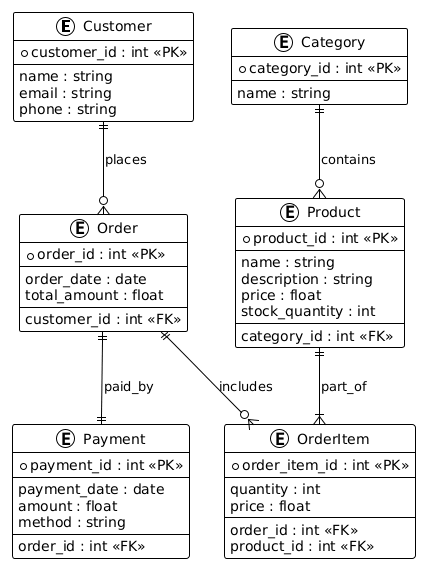
Above: Lab1/ER-діаграма (Crow’s Foot)/CrowsFootNotationPlantUML.png in prstkt1/2courseDB (PlantUML), before the change. The source it was exported from:
```plantuml
@startuml
!theme plain

entity "Customer" as customer {
  *customer_id : int <<PK>>
  --
  name : string
  email : string
  phone : string
}

entity "Order" as order {
  *order_id : int <<PK>>
  --
  order_date : date
  total_amount : float
  --
  customer_id : int <<FK>>
}

entity "OrderItem" as orderitem {
  *order_item_id : int <<PK>>
  --
  quantity : int
  price : float
  --
  order_id : int <<FK>>
  product_id : int <<FK>>
}

entity "Product" as product {
  *product_id : int <<PK>>
  --
  name : string
  description : string
  price : float
  stock_quantity : int
  --
  category_id : int <<FK>>
}

entity "Category" as category {
  *category_id : int <<PK>>
  --
  name : string
}

entity "Payment" as payment {
  *payment_id : int <<PK>>
  --
  payment_date : date
  amount : float
  method : string
  --
  order_id : int <<FK>>
}


customer ||--o{ order : places
order ||--o{ orderitem : includes
product ||--|{ orderitem : part_of
category ||--o{ product : contains
order ||--|| payment : paid_by
@enduml
```
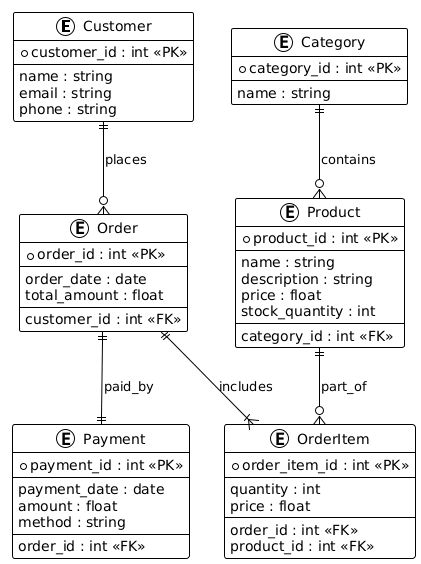
Above is the later version.

The edit, as a diff of the source:
```diff
@@ -57,8 +57,8 @@
 
 
 customer ||--o{ order : places
-order ||--o{ orderitem : includes
-product ||--|{ orderitem : part_of
+order ||--|{ orderitem : includes
+product ||--o{ orderitem : part_of
 category ||--o{ product : contains
 order ||--|| payment : paid_by
 @enduml
```
